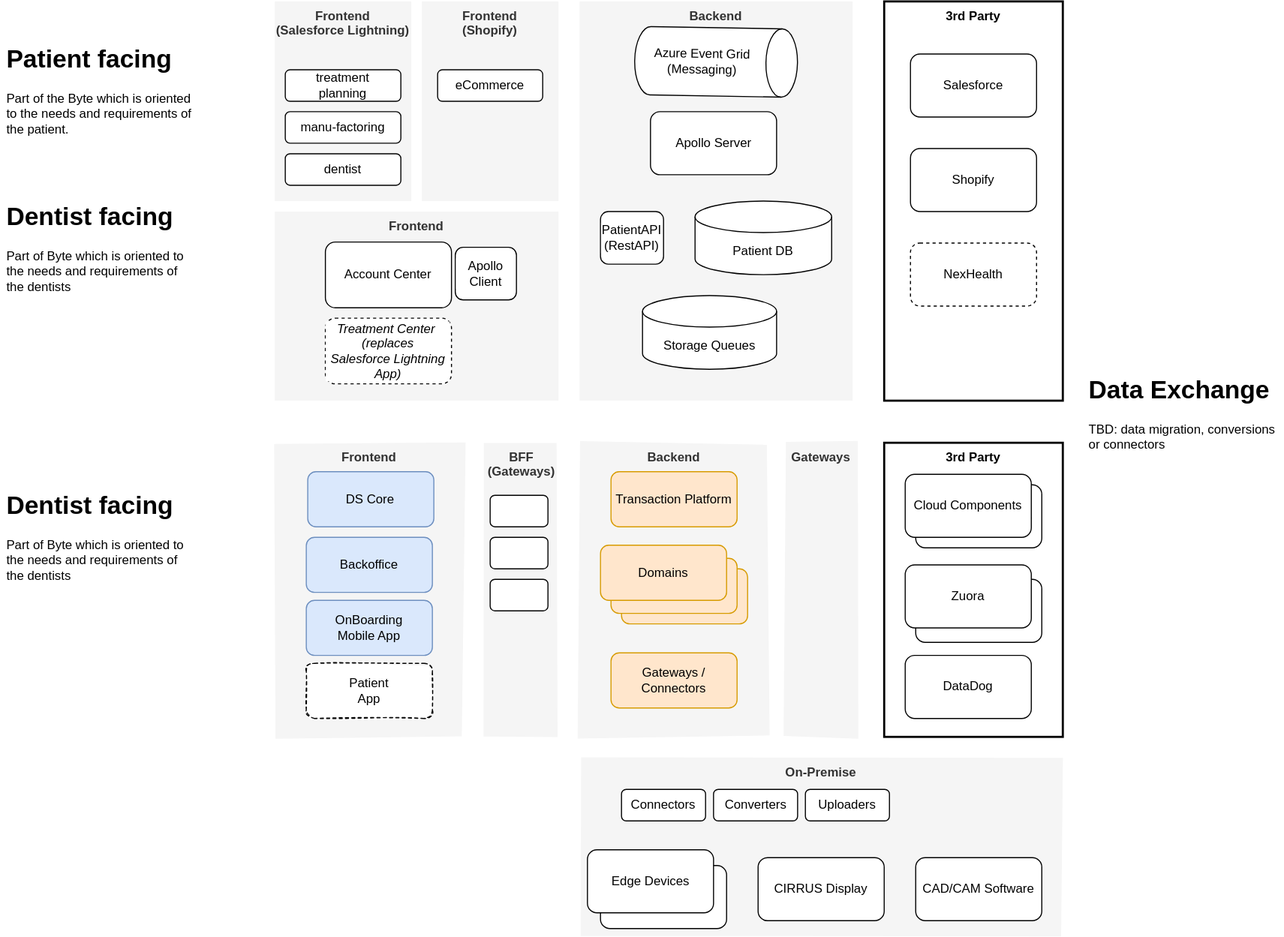
Earlier version of the draw.io export diags/byte+/cv-byte+.drawio.svg (resema/cheatsheets). Source tidied: cells renumbered, new cells last; positions are measured from the earlier drawing's top-left corner, leaving out a move shared by most shapes.
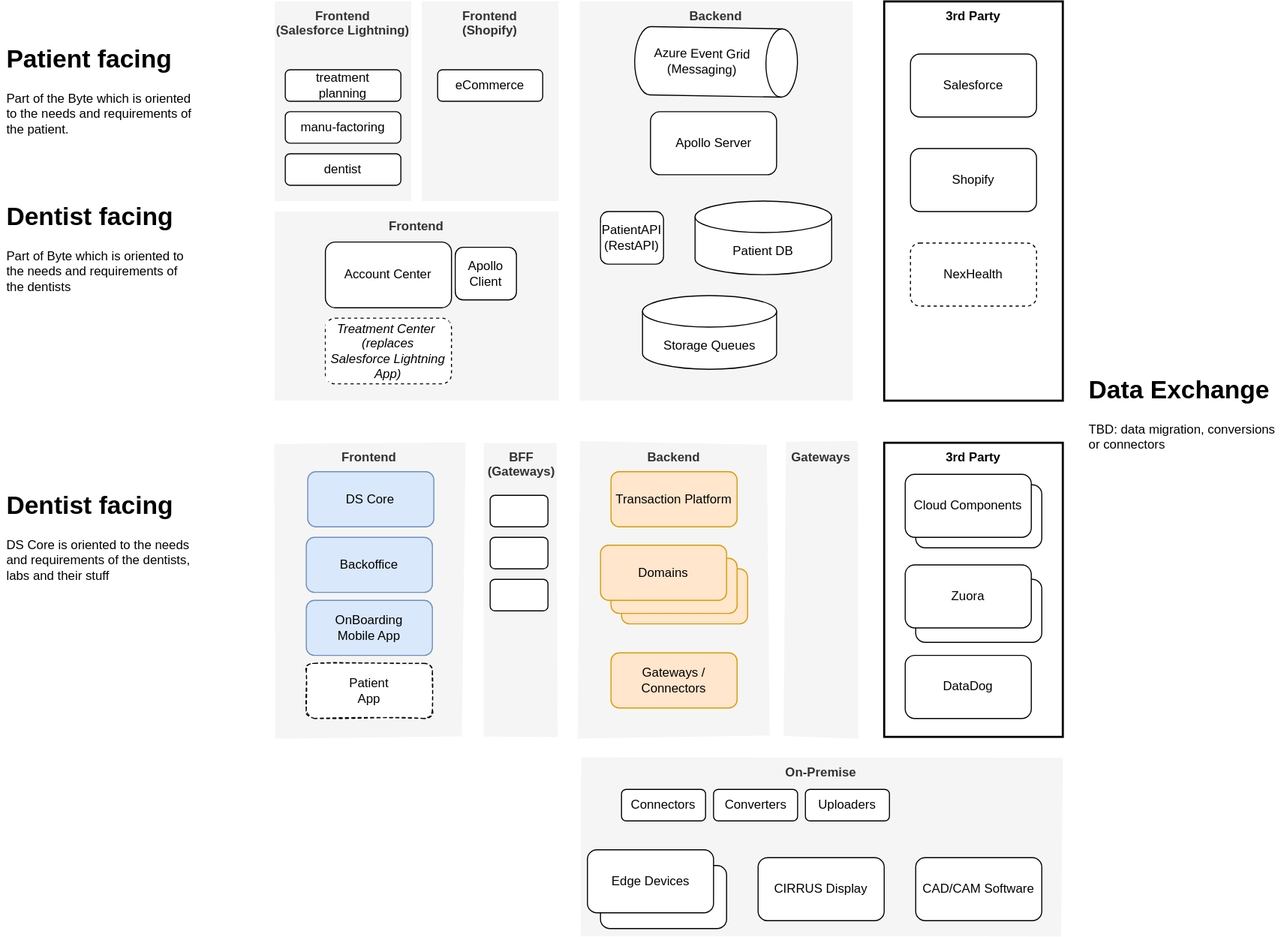
After the change.

Commit message:
feat: precise text

The edit, as a diff of the source:
```diff
@@ -158,7 +158,7 @@
     <mxCell id="53" value="PatientAPI (RestAPI)" style="rounded=1;whiteSpace=wrap;html=1;labelBackgroundColor=#FFFFFF;sketch=0;fontColor=none;strokeWidth=1;" parent="1" vertex="1">
       <mxGeometry x="570" y="219.9" width="60" height="50.1" as="geometry" />
     </mxCell>
-    <mxCell id="54" value="&lt;h1&gt;Dentist facing&lt;/h1&gt;&lt;p&gt;Part of Byte which is oriented to the needs and requirements of the dentists&lt;/p&gt;" style="text;html=1;strokeColor=none;fillColor=none;spacing=5;spacingTop=-20;whiteSpace=wrap;overflow=hidden;rounded=0;dashed=1;labelBackgroundColor=none;sketch=0;fillStyle=solid;strokeWidth=2;" parent="1" vertex="1">
+    <mxCell id="54" value="&lt;h1&gt;Dentist facing&lt;/h1&gt;&lt;p&gt;DS Core is oriented to the needs and requirements of the dentists, labs and their stuff&lt;/p&gt;" style="text;html=1;strokeColor=none;fillColor=none;spacing=5;spacingTop=-20;whiteSpace=wrap;overflow=hidden;rounded=0;dashed=1;labelBackgroundColor=none;sketch=0;fillStyle=solid;strokeWidth=2;" parent="1" vertex="1">
       <mxGeometry y="480" width="190" height="120" as="geometry" />
     </mxCell>
     <mxCell id="55" value="&lt;h1&gt;Data Exchange&lt;/h1&gt;&lt;p&gt;TBD: data migration, conversions or connectors&lt;/p&gt;" style="text;html=1;strokeColor=none;fillColor=none;spacing=5;spacingTop=-20;whiteSpace=wrap;overflow=hidden;rounded=0;dashed=1;labelBackgroundColor=none;sketch=0;fillStyle=solid;strokeWidth=2;" parent="1" vertex="1">
```
